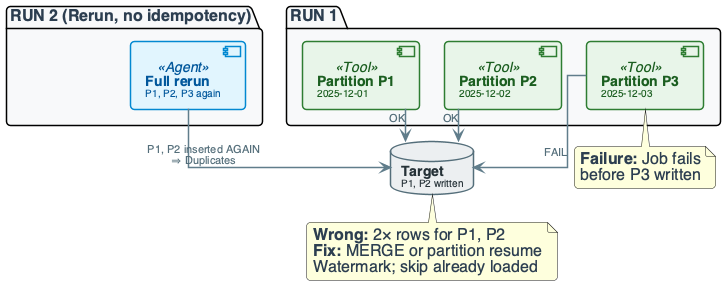
OrPerets/data-engineering-course keeps this PlantUML diagram as diagrams/week14/week14_lecture_slide19_failure_rerun.png. Above is the earlier version.
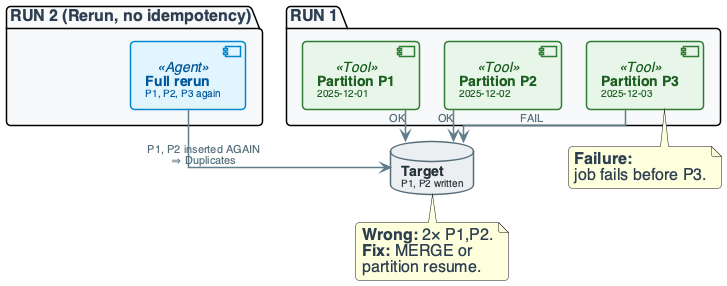
After the commit.

Change to the diagram source:
```diff
@@ -130,10 +130,7 @@
 P2 --> TARGET : "OK"
 P3 --> TARGET : "FAIL"
 
-note bottom of P3
-  **Failure:** Job fails
-  before P3 written
-end note
+note bottom of P3 : **Failure:**\njob fails before P3.
 
 package "RUN 2 (Rerun, no idempotency)" #F8F9FA {
     component "**Full rerun**\n<size:10>P1, P2, P3 again</size>" as RERUN <<Agent>>
@@ -141,10 +138,6 @@
 
 RERUN --> TARGET : "P1, P2 inserted AGAIN\n⇒ Duplicates"
 
-note bottom of TARGET
-  **Wrong:** 2× rows for P1, P2
-  **Fix:** MERGE or partition resume
-  Watermark; skip already loaded
-end note
+note bottom of TARGET : **Wrong:** 2× P1,P2.\n**Fix:** MERGE or\npartition resume.
 
 @enduml
```
